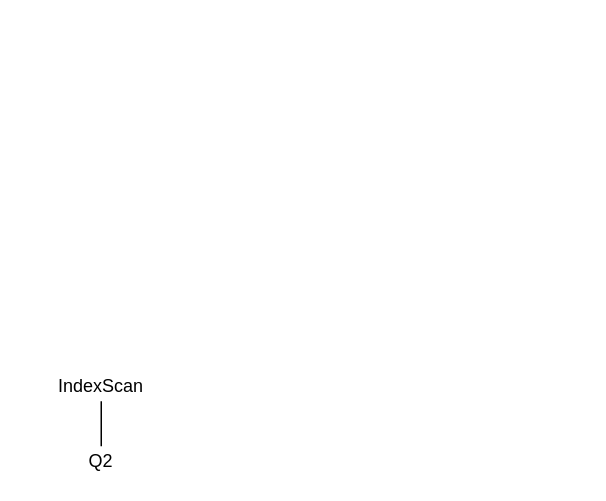
This is griga312.drawio from DMfananddu/Computing-Facilities-AIPCS, a draw.io file, before an edit. Source tidied: cells renumbered, new cells numbered last; positions are measured from the earlier drawing's top-left corner, leaving out a move shared by most shapes. Both pictures are drawn from the tidied source at 150%, with x=0, y=0 at pixel (70, 370).
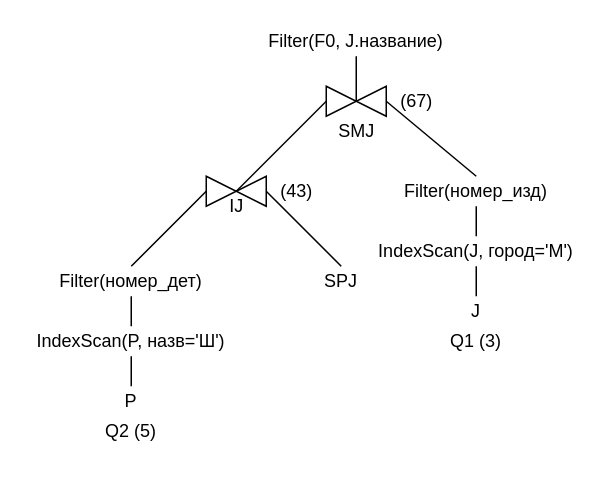
After the change.

Diff of the diagram source:
```diff
@@
+    <mxCell id="5" style="edgeStyle=orthogonalEdgeStyle;rounded=0;jettySize=auto;html=1;exitX=0.5;exitY=0;exitDx=0;exitDy=0;entryX=0.5;entryY=1;entryDx=0;entryDy=0;endArrow=none;endFill=0;" parent="1" edge="1" source="2" target="7">
+      <mxGeometry relative="1" as="geometry" />
+    </mxCell>
-    <mxCell id="2" value="IndexScan" style="text;html=1;strokeColor=none;fillColor=none;align=center;verticalAlign=middle;whiteSpace=wrap;rounded=0;" parent="1" vertex="1">
-      <mxGeometry width="40" height="20" as="geometry" />
+    <mxCell id="2" value="P" style="text;html=1;strokeColor=none;fillColor=none;align=center;verticalAlign=middle;whiteSpace=wrap;rounded=0;" parent="1" vertex="1">
+      <mxGeometry x="20" y="10" width="40" height="20" as="geometry" />
     </mxCell>
-    <mxCell id="3" style="edgeStyle=orthogonalEdgeStyle;rounded=0;jettySize=auto;html=1;exitX=0.5;exitY=0;exitDx=0;exitDy=0;entryX=0.5;entryY=1;entryDx=0;entryDy=0;endArrow=none;endFill=0;" parent="1" edge="1" source="4" target="2">
-      <mxGeometry relative="1" as="geometry" />
-    </mxCell>
-    <mxCell id="4" value="Q2" style="text;html=1;strokeColor=none;fillColor=none;align=center;verticalAlign=middle;whiteSpace=wrap;rounded=0;" parent="1" vertex="1">
-      <mxGeometry y="50" width="40" height="20" as="geometry" />
+    <mxCell id="4" value="Q2 (5)" style="text;html=1;strokeColor=none;fillColor=none;align=center;verticalAlign=middle;whiteSpace=wrap;rounded=0;" parent="1" vertex="1">
+      <mxGeometry x="20" y="30" width="40" height="20" as="geometry" />
     </mxCell>
+    <mxCell id="6" style="edgeStyle=orthogonalEdgeStyle;rounded=0;jettySize=auto;html=1;exitX=0.5;exitY=0;exitDx=0;exitDy=0;entryX=0.5;entryY=1;entryDx=0;entryDy=0;endArrow=none;endFill=0;" parent="1" edge="1" source="7" target="9">
+      <mxGeometry relative="1" as="geometry" />
+    </mxCell>
+    <mxCell id="7" value="IndexScan(P, назв='Ш')" style="text;html=1;strokeColor=none;fillColor=none;align=center;verticalAlign=middle;whiteSpace=wrap;rounded=0;" parent="1" vertex="1">
+      <mxGeometry x="-30" y="-30" width="140" height="20" as="geometry" />
+    </mxCell>
+    <mxCell id="8" style="rounded=0;jettySize=auto;html=1;exitX=0.5;exitY=0;exitDx=0;exitDy=0;entryX=0;entryY=0.5;entryDx=0;entryDy=0;endArrow=none;endFill=0;" parent="1" edge="1" source="9" target="18">
+      <mxGeometry relative="1" as="geometry" />
+    </mxCell>
+    <mxCell id="9" value="Filter(номер_дет)" style="text;html=1;strokeColor=none;fillColor=none;align=center;verticalAlign=middle;whiteSpace=wrap;rounded=0;" parent="1" vertex="1">
+      <mxGeometry x="-20" y="-70" width="120" height="20" as="geometry" />
+    </mxCell>
+    <mxCell id="10" value="SPJ" style="text;html=1;strokeColor=none;fillColor=none;align=center;verticalAlign=middle;whiteSpace=wrap;rounded=0;" parent="1" vertex="1">
+      <mxGeometry x="160" y="-70" width="40" height="20" as="geometry" />
+    </mxCell>
+    <mxCell id="11" style="rounded=0;jettySize=auto;html=1;exitX=0.5;exitY=0;exitDx=0;exitDy=0;entryX=0;entryY=0.5;entryDx=0;entryDy=0;endArrow=none;endFill=0;" parent="1" edge="1" source="10" target="19">
+      <mxGeometry relative="1" as="geometry" />
+    </mxCell>
+    <mxCell id="12" style="edgeStyle=orthogonalEdgeStyle;rounded=0;jettySize=auto;html=1;exitX=0.5;exitY=0;exitDx=0;exitDy=0;entryX=0.5;entryY=1;entryDx=0;entryDy=0;endArrow=none;endFill=0;" parent="1" edge="1" source="13" target="16">
+      <mxGeometry relative="1" as="geometry" />
+    </mxCell>
+    <mxCell id="13" value="J" style="text;html=1;strokeColor=none;fillColor=none;align=center;verticalAlign=middle;whiteSpace=wrap;rounded=0;" parent="1" vertex="1">
+      <mxGeometry x="250" y="-50" width="40" height="20" as="geometry" />
+    </mxCell>
+    <mxCell id="14" value="Q1 (3)" style="text;html=1;strokeColor=none;fillColor=none;align=center;verticalAlign=middle;whiteSpace=wrap;rounded=0;" parent="1" vertex="1">
+      <mxGeometry x="250" y="-30" width="40" height="20" as="geometry" />
+    </mxCell>
+    <mxCell id="15" style="edgeStyle=orthogonalEdgeStyle;rounded=0;jettySize=auto;html=1;exitX=0.5;exitY=0;exitDx=0;exitDy=0;entryX=0.5;entryY=1;entryDx=0;entryDy=0;endArrow=none;endFill=0;" parent="1" edge="1" source="16" target="17">
+      <mxGeometry relative="1" as="geometry" />
+    </mxCell>
+    <mxCell id="16" value="IndexScan(J, город='М')" style="text;html=1;strokeColor=none;fillColor=none;align=center;verticalAlign=middle;whiteSpace=wrap;rounded=0;" parent="1" vertex="1">
+      <mxGeometry x="200" y="-90" width="140" height="20" as="geometry" />
+    </mxCell>
+    <mxCell id="17" value="Filter(номер_изд)" style="text;html=1;strokeColor=none;fillColor=none;align=center;verticalAlign=middle;whiteSpace=wrap;rounded=0;" parent="1" vertex="1">
+      <mxGeometry x="210" y="-130" width="120" height="20" as="geometry" />
+    </mxCell>
+    <mxCell id="18" style="triangle;whiteSpace=wrap;html=1;" parent="1" vertex="1">
+      <mxGeometry x="90" y="-130" width="20" height="20" as="geometry" />
+    </mxCell>
+    <mxCell id="19" style="triangle;whiteSpace=wrap;html=1;rotation=-180;" parent="1" vertex="1">
+      <mxGeometry x="110" y="-130" width="20" height="20" as="geometry" />
+    </mxCell>
+    <mxCell id="20" style="edgeStyle=none;rounded=0;jettySize=auto;html=1;exitX=0;exitY=0.5;exitDx=0;exitDy=0;entryX=1;entryY=0.5;entryDx=0;entryDy=0;endArrow=none;endFill=0;" parent="1" edge="1" source="21" target="19">
+      <mxGeometry relative="1" as="geometry" />
+    </mxCell>
+    <mxCell id="21" style="triangle;whiteSpace=wrap;html=1;" parent="1" vertex="1">
+      <mxGeometry x="170" y="-190" width="20" height="20" as="geometry" />
+    </mxCell>
+    <mxCell id="22" style="edgeStyle=none;rounded=0;jettySize=auto;html=1;exitX=0;exitY=0.5;exitDx=0;exitDy=0;entryX=0.5;entryY=0;entryDx=0;entryDy=0;endArrow=none;endFill=0;" parent="1" edge="1" source="23" target="17">
+      <mxGeometry relative="1" as="geometry" />
+    </mxCell>
+    <mxCell id="23" style="triangle;whiteSpace=wrap;html=1;rotation=-180;" parent="1" vertex="1">
+      <mxGeometry x="190" y="-190" width="20" height="20" as="geometry" />
+    </mxCell>
+    <mxCell id="24" value="(43)" style="text;html=1;align=center;verticalAlign=middle;" parent="1" vertex="1">
+      <mxGeometry x="130" y="-130" width="40" height="20" as="geometry" />
+    </mxCell>
+    <mxCell id="25" value="IJ" style="text;html=1;align=center;verticalAlign=middle;" parent="1" vertex="1">
+      <mxGeometry x="100" y="-120" width="20" height="20" as="geometry" />
+    </mxCell>
+    <mxCell id="26" value="SMJ" style="text;html=1;align=center;verticalAlign=middle;" parent="1" vertex="1">
+      <mxGeometry x="170" y="-170" width="40" height="20" as="geometry" />
+    </mxCell>
+    <mxCell id="27" value="(67)" style="text;html=1;align=center;verticalAlign=middle;" parent="1" vertex="1">
+      <mxGeometry x="210" y="-190" width="40" height="20" as="geometry" />
+    </mxCell>
+    <mxCell id="28" style="edgeStyle=none;rounded=0;jettySize=auto;html=1;exitX=0.5;exitY=1;exitDx=0;exitDy=0;entryX=1;entryY=0.5;entryDx=0;entryDy=0;endArrow=none;endFill=0;" parent="1" edge="1" source="29" target="21">
+      <mxGeometry relative="1" as="geometry" />
+    </mxCell>
+    <mxCell id="29" value="Filter(F0, J.название)" style="text;html=1;strokeColor=none;fillColor=none;align=center;verticalAlign=middle;whiteSpace=wrap;rounded=0;" parent="1" vertex="1">
+      <mxGeometry x="130" y="-230" width="120" height="20" as="geometry" />
+    </mxCell>
```
